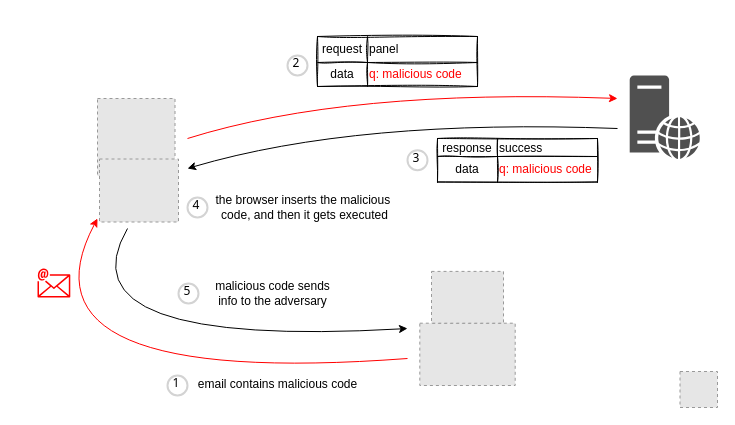
qeeqbox/dom-based-cross-site-scripting keeps this draw.io diagram as dom-based-cross-site-scripting.drawio. Above is the earlier version. Source tidied: cells renumbered, new cells numbered last; positions are measured from the earlier drawing's top-left corner, leaving out a move shared by most shapes. Both pictures are drawn from the tidied source at 100%, with x=0, y=0 at pixel (7, 17). Pictures stored in the file or linked from it are replaced by grey dashed boxes.
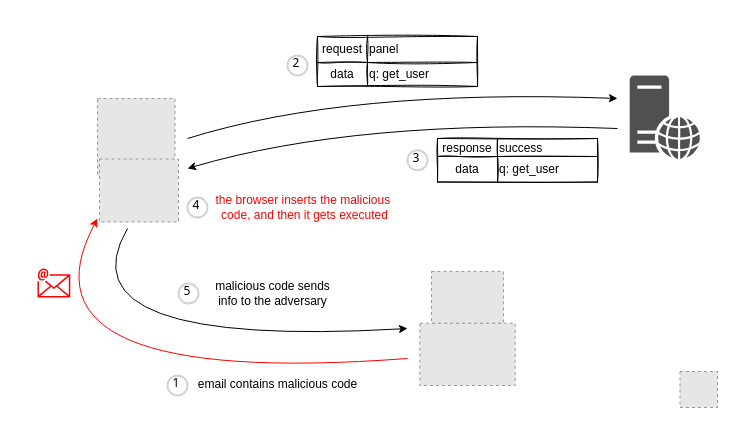
Above is the later version.

The change refers to these unchanged cells:
```xml
<mxCell id="19" style="shape=tableRow;horizontal=0;startSize=0;swimlaneHead=0;swimlaneBody=0;top=0;left=0;bottom=0;right=0;fillColor=none;" parent="15" vertex="1">
  <mxGeometry y="26" width="160" height="24" as="geometry" />
</mxCell>
<mxCell id="32" style="shape=tableRow;horizontal=0;startSize=0;swimlaneHead=0;swimlaneBody=0;top=0;left=0;bottom=0;right=0;fillColor=none;" parent="28" vertex="1">
  <mxGeometry y="18" width="160" height="26" as="geometry" />
</mxCell>
```

Diff of the diagram source:
```diff
@@
-    <mxCell id="7" style="curved=1;endArrow=none;html=1;startArrow=classic;startFill=1;endFill=0;strokeColor=#FF0000;" parent="1" edge="1">
+    <mxCell id="7" style="curved=1;endArrow=none;html=1;startArrow=classic;startFill=1;endFill=0;strokeColor=#000000;" parent="1" edge="1">
       <mxGeometry relative="1" as="geometry">
         <mxPoint x="610" y="81" as="sourcePoint" />
         <mxPoint x="180" y="121" as="targetPoint" />
         <Array as="points">
           <mxPoint x="340" y="71" />
         </Array>
       </mxGeometry>
     </mxCell>
@@
-    <mxCell id="21" value="&lt;font color=&quot;#ff0000&quot;&gt;q: malicious code&lt;/font&gt;&lt;span&gt;&lt;br&gt;&lt;/span&gt;" style="shape=partialRectangle;html=1;whiteSpace=wrap;fillColor=none;top=0;left=0;bottom=0;right=0;overflow=hidden;align=left;" parent="19" vertex="1">
+    <mxCell id="21" value="q: get_user&lt;span&gt;&lt;br&gt;&lt;/span&gt;" style="shape=partialRectangle;html=1;whiteSpace=wrap;fillColor=none;top=0;left=0;bottom=0;right=0;overflow=hidden;align=left;" parent="19" vertex="1">
       <mxGeometry x="50" width="110" height="24" as="geometry" />
     </mxCell>
@@
-    <mxCell id="26" value="&lt;div&gt;the browser inserts the malicious&amp;nbsp;&lt;/div&gt;&lt;div&gt;code, and then it gets executed&lt;/div&gt;" style="text;html=1;align=center;verticalAlign=middle;strokeColor=none;fillColor=none;" parent="1" vertex="1">
+    <mxCell id="26" value="&lt;div&gt;&lt;font color=&quot;#ff0000&quot;&gt;the browser inserts the malicious&amp;nbsp;&lt;/font&gt;&lt;/div&gt;&lt;div&gt;&lt;font color=&quot;#ff0000&quot;&gt;code, and then it gets executed&lt;/font&gt;&lt;/div&gt;" style="text;html=1;align=center;verticalAlign=middle;strokeColor=none;fillColor=none;" parent="1" vertex="1">
       <mxGeometry x="202" y="175" width="190" height="30" as="geometry" />
     </mxCell>
@@
-    <mxCell id="34" value="&lt;span style=&quot;color: rgb(255 , 0 , 0)&quot;&gt;q: malicious code&lt;/span&gt;" style="shape=partialRectangle;html=1;whiteSpace=wrap;fillColor=none;top=0;left=0;bottom=0;right=0;overflow=hidden;align=left;" parent="32" vertex="1">
+    <mxCell id="34" value="q: get_user" style="shape=partialRectangle;html=1;whiteSpace=wrap;fillColor=none;top=0;left=0;bottom=0;right=0;overflow=hidden;align=left;" parent="32" vertex="1">
       <mxGeometry x="60" width="100" height="26" as="geometry" />
     </mxCell>
```
